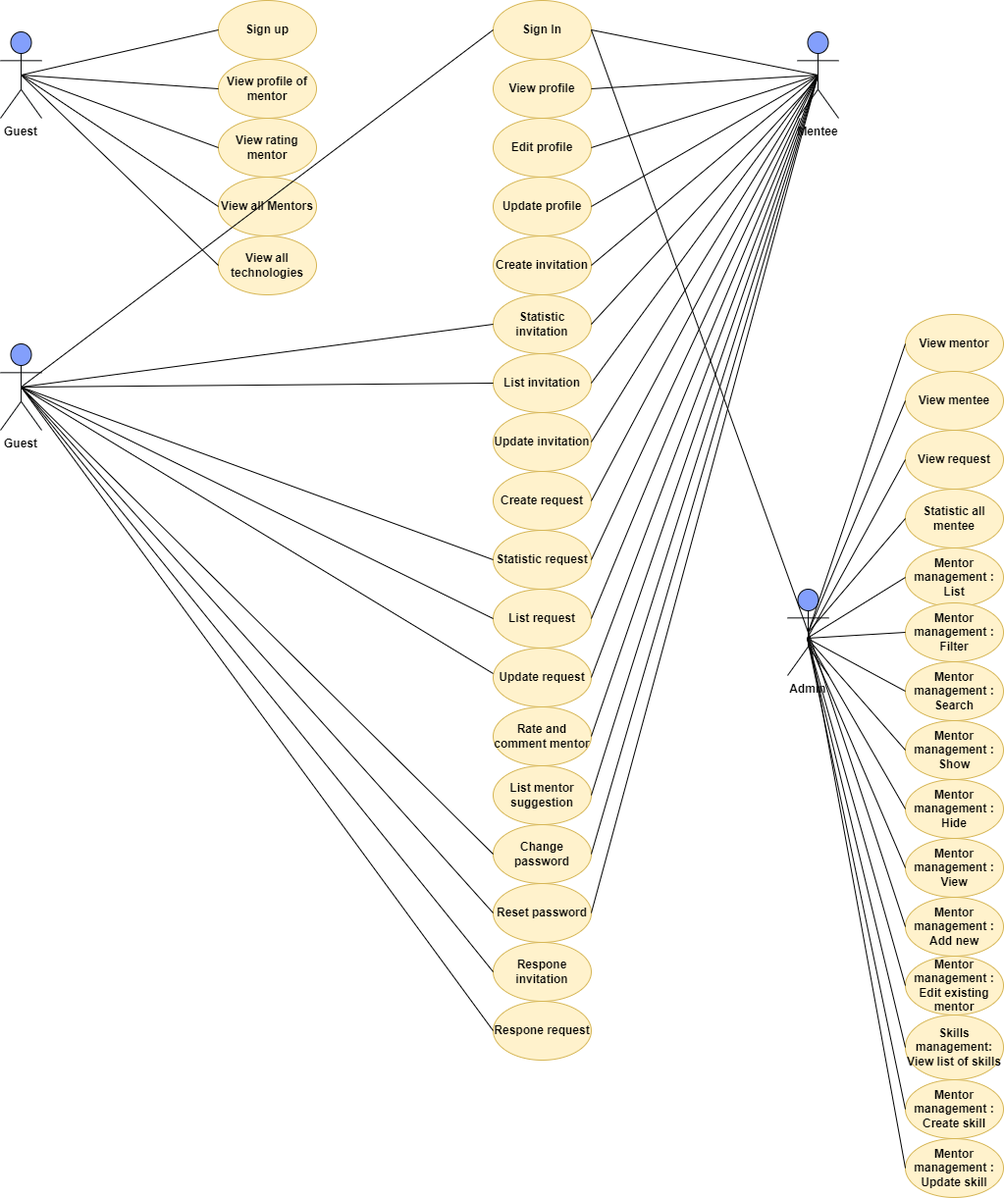
The draw.io diagram SWP391_UML.drawio.png in dungdt23/SWP391_Document, before a commit. Source tidied: cells renumbered, new cells last; positions are measured from the earlier drawing's top-left corner, leaving out a move shared by most shapes.
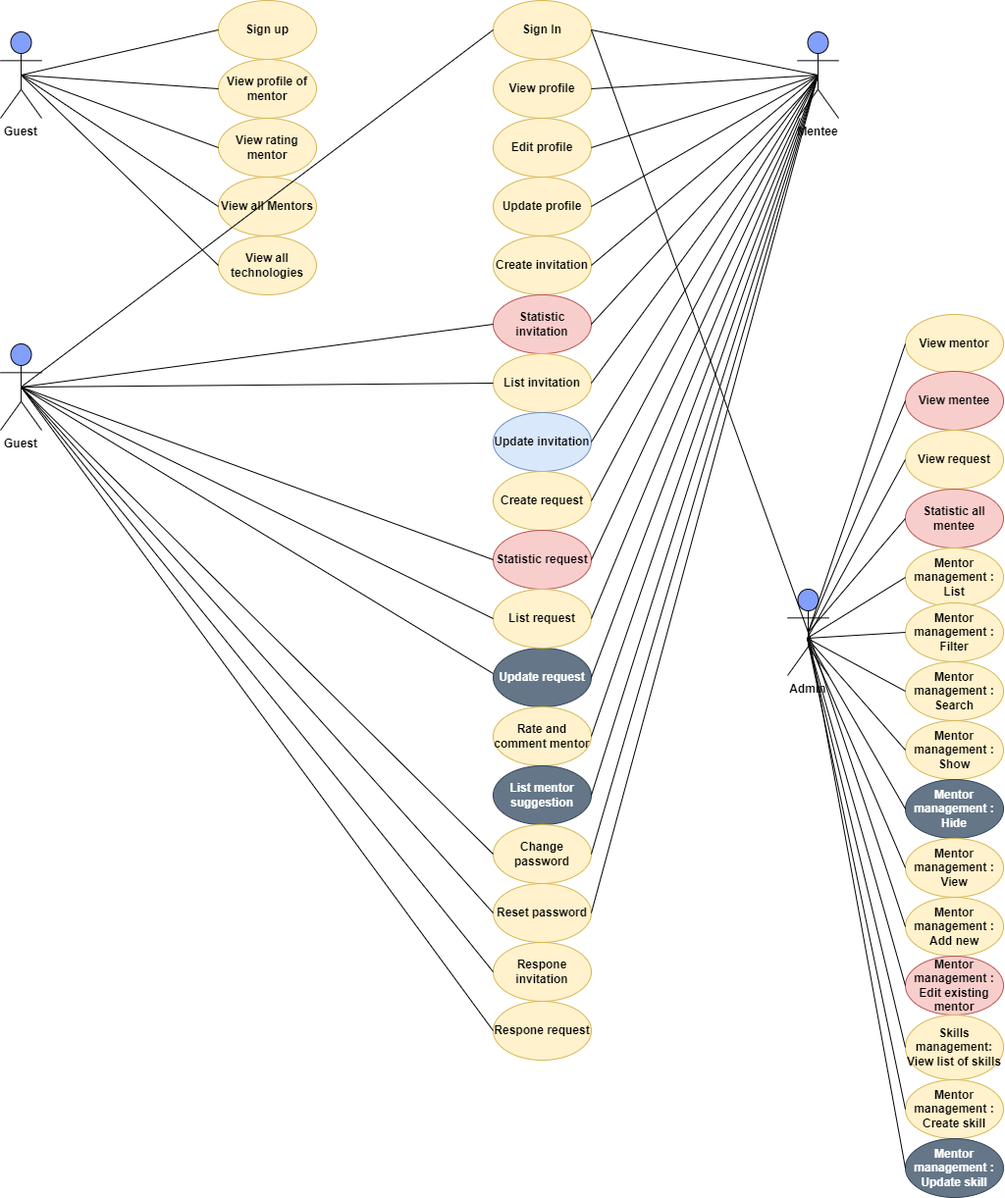
The same file after the commit.

Diff of the diagram source:
```diff
@@ -68,22 +68,22 @@
     <mxCell id="23" style="endArrow=none;html=1;rounded=0;exitX=1;exitY=0.5;exitDx=0;exitDy=0;entryX=0.5;entryY=0.5;entryDx=0;entryDy=0;entryPerimeter=0;" parent="1" edge="1" source="16" target="13">
       <mxGeometry relative="1" as="geometry" />
     </mxCell>
-    <mxCell id="24" value="Statistic invitation" style="ellipse;whiteSpace=wrap;html=1;fillColor=#fff2cc;strokeColor=#d6b656;fontStyle=1;" parent="1" vertex="1">
+    <mxCell id="24" value="Statistic invitation" style="ellipse;whiteSpace=wrap;html=1;fillColor=#f8cecc;strokeColor=#b85450;fontStyle=1;" parent="1" vertex="1">
       <mxGeometry x="502" y="300" width="100" height="60" as="geometry" />
     </mxCell>
     <mxCell id="25" value="List invitation" style="ellipse;whiteSpace=wrap;html=1;fillColor=#fff2cc;strokeColor=#d6b656;fontStyle=1;" parent="1" vertex="1">
       <mxGeometry x="502" y="360" width="100" height="60" as="geometry" />
     </mxCell>
-    <mxCell id="26" value="Update invitation" style="ellipse;whiteSpace=wrap;html=1;fillColor=#fff2cc;strokeColor=#d6b656;fontStyle=1;" parent="1" vertex="1">
+    <mxCell id="26" value="Update invitation" style="ellipse;whiteSpace=wrap;html=1;fillColor=#dae8fc;strokeColor=#6c8ebf;fontStyle=1;" parent="1" vertex="1">
       <mxGeometry x="502" y="420" width="100" height="60" as="geometry" />
     </mxCell>
     <mxCell id="27" value="Create request" style="ellipse;whiteSpace=wrap;html=1;fillColor=#fff2cc;strokeColor=#d6b656;fontStyle=1;" parent="1" vertex="1">
       <mxGeometry x="502" y="480" width="100" height="60" as="geometry" />
     </mxCell>
-    <mxCell id="28" value="Statistic request" style="ellipse;whiteSpace=wrap;html=1;fillColor=#fff2cc;strokeColor=#d6b656;fontStyle=1;" parent="1" vertex="1">
+    <mxCell id="28" value="Statistic request" style="ellipse;whiteSpace=wrap;html=1;fillColor=#f8cecc;strokeColor=#b85450;fontStyle=1;" parent="1" vertex="1">
       <mxGeometry x="502" y="540" width="100" height="60" as="geometry" />
     </mxCell>
-    <mxCell id="29" value="Update request&lt;span style=&quot;color: rgba(0, 0, 0, 0); font-family: monospace; font-size: 0px; font-weight: 400; text-align: start;&quot;&gt;%3CmxGraphModel%3E%3Croot%3E%3CmxCell%20id%3D%220%22%2F%3E%3CmxCell%20id%3D%221%22%20parent%3D%220%22%2F%3E%3CmxCell%20id%3D%222%22%20value%3D%22Update%20invitation%22%20style%3D%22ellipse%3BwhiteSpace%3Dwrap%3Bhtml%3D1%3BfillColor%3D%23fff2cc%3BstrokeColor%3D%23d6b656%3BfontStyle%3D1%22%20vertex%3D%221%22%20parent%3D%221%22%3E%3CmxGeometry%20x%3D%22460%22%20y%3D%22420%22%20width%3D%22100%22%20height%3D%2260%22%20as%3D%22geometry%22%2F%3E%3C%2FmxCell%3E%3C%2Froot%3E%3C%2FmxGraphModel%3E&lt;/span&gt;" style="ellipse;whiteSpace=wrap;html=1;fillColor=#fff2cc;strokeColor=#d6b656;fontStyle=1;" parent="1" vertex="1">
+    <mxCell id="29" value="Update request&lt;span style=&quot;color: rgba(0, 0, 0, 0); font-family: monospace; font-size: 0px; font-weight: 400; text-align: start;&quot;&gt;%3CmxGraphModel%3E%3Croot%3E%3CmxCell%20id%3D%220%22%2F%3E%3CmxCell%20id%3D%221%22%20parent%3D%220%22%2F%3E%3CmxCell%20id%3D%222%22%20value%3D%22Update%20invitation%22%20style%3D%22ellipse%3BwhiteSpace%3Dwrap%3Bhtml%3D1%3BfillColor%3D%23fff2cc%3BstrokeColor%3D%23d6b656%3BfontStyle%3D1%22%20vertex%3D%221%22%20parent%3D%221%22%3E%3CmxGeometry%20x%3D%22460%22%20y%3D%22420%22%20width%3D%22100%22%20height%3D%2260%22%20as%3D%22geometry%22%2F%3E%3C%2FmxCell%3E%3C%2Froot%3E%3C%2FmxGraphModel%3E&lt;/span&gt;" style="ellipse;whiteSpace=wrap;html=1;fillColor=#647687;strokeColor=#314354;fontStyle=1;fontColor=#ffffff;" parent="1" vertex="1">
       <mxGeometry x="502" y="660" width="100" height="60" as="geometry" />
     </mxCell>
     <mxCell id="30" value="List request" style="ellipse;whiteSpace=wrap;html=1;fillColor=#fff2cc;strokeColor=#d6b656;fontStyle=1;" parent="1" vertex="1">
@@ -92,7 +92,7 @@
     <mxCell id="31" value="Rate and comment mentor" style="ellipse;whiteSpace=wrap;html=1;fillColor=#fff2cc;strokeColor=#d6b656;fontStyle=1;" parent="1" vertex="1">
       <mxGeometry x="502" y="720" width="100" height="60" as="geometry" />
     </mxCell>
-    <mxCell id="32" value="List mentor suggestion" style="ellipse;whiteSpace=wrap;html=1;fillColor=#fff2cc;strokeColor=#d6b656;fontStyle=1;" parent="1" vertex="1">
+    <mxCell id="32" value="List mentor suggestion" style="ellipse;whiteSpace=wrap;html=1;fillColor=#647687;strokeColor=#314354;fontStyle=1;fontColor=#ffffff;" parent="1" vertex="1">
       <mxGeometry x="502" y="780" width="100" height="60" as="geometry" />
     </mxCell>
     <mxCell id="33" value="Change password" style="ellipse;whiteSpace=wrap;html=1;fillColor=#fff2cc;strokeColor=#d6b656;fontStyle=1;" parent="1" vertex="1">
@@ -186,13 +186,13 @@
     <mxCell id="61" value="View mentor" style="ellipse;whiteSpace=wrap;html=1;fillColor=#fff2cc;strokeColor=#d6b656;fontStyle=1;" parent="1" vertex="1">
       <mxGeometry x="922" y="320" width="100" height="60" as="geometry" />
     </mxCell>
-    <mxCell id="62" value="View mentee" style="ellipse;whiteSpace=wrap;html=1;fillColor=#fff2cc;strokeColor=#d6b656;fontStyle=1;" parent="1" vertex="1">
+    <mxCell id="62" value="View mentee" style="ellipse;whiteSpace=wrap;html=1;fillColor=#f8cecc;strokeColor=#b85450;fontStyle=1;" parent="1" vertex="1">
       <mxGeometry x="922" y="378" width="100" height="60" as="geometry" />
     </mxCell>
     <mxCell id="63" value="View request" style="ellipse;whiteSpace=wrap;html=1;fillColor=#fff2cc;strokeColor=#d6b656;fontStyle=1;" parent="1" vertex="1">
       <mxGeometry x="922" y="438" width="100" height="60" as="geometry" />
     </mxCell>
-    <mxCell id="64" value="Statistic all mentee" style="ellipse;whiteSpace=wrap;html=1;fillColor=#fff2cc;strokeColor=#d6b656;fontStyle=1;" parent="1" vertex="1">
+    <mxCell id="64" value="Statistic all mentee" style="ellipse;whiteSpace=wrap;html=1;fillColor=#f8cecc;strokeColor=#b85450;fontStyle=1;" parent="1" vertex="1">
       <mxGeometry x="922" y="498" width="100" height="60" as="geometry" />
     </mxCell>
     <mxCell id="65" value="Mentor management : List" style="ellipse;whiteSpace=wrap;html=1;fillColor=#fff2cc;strokeColor=#d6b656;fontStyle=1;" parent="1" vertex="1">
@@ -207,7 +207,7 @@
     <mxCell id="68" value="Mentor management : Show&lt;span style=&quot;color: rgba(0, 0, 0, 0); font-family: monospace; font-size: 0px; font-weight: 400; text-align: start;&quot;&gt;%3CmxGraphModel%3E%3Croot%3E%3CmxCell%20id%3D%220%22%2F%3E%3CmxCell%20id%3D%221%22%20parent%3D%220%22%2F%3E%3CmxCell%20id%3D%222%22%20value%3D%22Mentor%20management%20%3A%20Search%22%20style%3D%22ellipse%3BwhiteSpace%3Dwrap%3Bhtml%3D1%3BfillColor%3D%23fff2cc%3BstrokeColor%3D%23d6b656%3BfontStyle%3D1%22%20vertex%3D%221%22%20parent%3D%221%22%3E%3CmxGeometry%20x%3D%22880%22%20y%3D%22674%22%20width%3D%22100%22%20height%3D%2260%22%20as%3D%22geometry%22%2F%3E%3C%2FmxCell%3E%3C%2Froot%3E%3C%2FmxGraphModel%3E&lt;/span&gt;" style="ellipse;whiteSpace=wrap;html=1;fillColor=#fff2cc;strokeColor=#d6b656;fontStyle=1;" parent="1" vertex="1">
       <mxGeometry x="922" y="734" width="100" height="60" as="geometry" />
     </mxCell>
-    <mxCell id="69" value="Mentor management : Hide&lt;span style=&quot;color: rgba(0, 0, 0, 0); font-family: monospace; font-size: 0px; font-weight: 400; text-align: start;&quot;&gt;%3CmxGraphModel%3E%3Croot%3E%3CmxCell%20id%3D%220%22%2F%3E%3CmxCell%20id%3D%221%22%20parent%3D%220%22%2F%3E%3CmxCell%20id%3D%222%22%20value%3D%22Mentor%20management%20%3A%20Search%22%20style%3D%22ellipse%3BwhiteSpace%3Dwrap%3Bhtml%3D1%3BfillColor%3D%23fff2cc%3BstrokeColor%3D%23d6b656%3BfontStyle%3D1%22%20vertex%3D%221%22%20parent%3D%221%22%3E%3CmxGeometry%20x%3D%22880%22%20y%3D%22674%22%20width%3D%22100%22%20height%3D%2260%22%20as%3D%22geometry%22%2F%3E%3C%2FmxCell%3E%3C%2Froot%3E%3C%2FmxGraphModel%3E&lt;/span&gt;" style="ellipse;whiteSpace=wrap;html=1;fillColor=#fff2cc;strokeColor=#d6b656;fontStyle=1;" parent="1" vertex="1">
+    <mxCell id="69" value="Mentor management : Hide&lt;span style=&quot;color: rgba(0, 0, 0, 0); font-family: monospace; font-size: 0px; font-weight: 400; text-align: start;&quot;&gt;%3CmxGraphModel%3E%3Croot%3E%3CmxCell%20id%3D%220%22%2F%3E%3CmxCell%20id%3D%221%22%20parent%3D%220%22%2F%3E%3CmxCell%20id%3D%222%22%20value%3D%22Mentor%20management%20%3A%20Search%22%20style%3D%22ellipse%3BwhiteSpace%3Dwrap%3Bhtml%3D1%3BfillColor%3D%23fff2cc%3BstrokeColor%3D%23d6b656%3BfontStyle%3D1%22%20vertex%3D%221%22%20parent%3D%221%22%3E%3CmxGeometry%20x%3D%22880%22%20y%3D%22674%22%20width%3D%22100%22%20height%3D%2260%22%20as%3D%22geometry%22%2F%3E%3C%2FmxCell%3E%3C%2Froot%3E%3C%2FmxGraphModel%3E&lt;/span&gt;" style="ellipse;whiteSpace=wrap;html=1;fillColor=#647687;strokeColor=#314354;fontStyle=1;fontColor=#ffffff;" parent="1" vertex="1">
       <mxGeometry x="922" y="794" width="100" height="60" as="geometry" />
     </mxCell>
     <mxCell id="70" value="Mentor management : Add new&lt;span style=&quot;color: rgba(0, 0, 0, 0); font-family: monospace; font-size: 0px; font-weight: 400; text-align: start;&quot;&gt;%3CmxGraphModel%3E%3Croot%3E%3CmxCell%20id%3D%220%22%2F%3E%3CmxCell%20id%3D%221%22%20parent%3D%220%22%2F%3E%3CmxCell%20id%3D%222%22%20value%3D%22Mentor%20management%20%3A%20Search%22%20style%3D%22ellipse%3BwhiteSpace%3Dwrap%3Bhtml%3D1%3BfillColor%3D%23fff2cc%3BstrokeColor%3D%23d6b656%3BfontStyle%3D1%22%20vertex%3D%221%22%20parent%3D%221%22%3E%3CmxGeometry%20x%3D%22880%22%20y%3D%22674%22%20width%3D%22100%22%20height%3D%2260%22%20as%3D%22geometry%22%2F%3E%3C%2FmxCell%3E%3C%2Froot%3E%3C%2FmxGraphModel%3E&lt;/span&gt;" style="ellipse;whiteSpace=wrap;html=1;fillColor=#fff2cc;strokeColor=#d6b656;fontStyle=1;" parent="1" vertex="1">
@@ -216,7 +216,7 @@
     <mxCell id="71" value="Mentor management : View&lt;span style=&quot;color: rgba(0, 0, 0, 0); font-family: monospace; font-size: 0px; font-weight: 400; text-align: start;&quot;&gt;%3CmxGraphModel%3E%3Croot%3E%3CmxCell%20id%3D%220%22%2F%3E%3CmxCell%20id%3D%221%22%20parent%3D%220%22%2F%3E%3CmxCell%20id%3D%222%22%20value%3D%22Mentor%20management%20%3A%20Search%22%20style%3D%22ellipse%3BwhiteSpace%3Dwrap%3Bhtml%3D1%3BfillColor%3D%23fff2cc%3BstrokeColor%3D%23d6b656%3BfontStyle%3D1%22%20vertex%3D%221%22%20parent%3D%221%22%3E%3CmxGeometry%20x%3D%22880%22%20y%3D%22674%22%20width%3D%22100%22%20height%3D%2260%22%20as%3D%22geometry%22%2F%3E%3C%2FmxCell%3E%3C%2Froot%3E%3C%2FmxGraphModel%3E&lt;/span&gt;" style="ellipse;whiteSpace=wrap;html=1;fillColor=#fff2cc;strokeColor=#d6b656;fontStyle=1;" parent="1" vertex="1">
       <mxGeometry x="922" y="854" width="100" height="60" as="geometry" />
     </mxCell>
-    <mxCell id="72" value="Mentor management : Edit existing mentor&lt;span style=&quot;color: rgba(0, 0, 0, 0); font-family: monospace; font-size: 0px; font-weight: 400; text-align: start;&quot;&gt;%3CmxGraphModel%3E%3Croot%3E%3CmxCell%20id%3D%220%22%2F%3E%3CmxCell%20id%3D%221%22%20parent%3D%220%22%2F%3E%3CmxCell%20id%3D%222%22%20value%3D%22Mentor%20management%20%3A%20Search%22%20style%3D%22ellipse%3BwhiteSpace%3Dwrap%3Bhtml%3D1%3BfillColor%3D%23fff2cc%3BstrokeColor%3D%23d6b656%3BfontStyle%3D1%22%20vertex%3D%221%22%20parent%3D%221%22%3E%3CmxGeometry%20x%3D%22880%22%20y%3D%22674%22%20width%3D%22100%22%20height%3D%2260%22%20as%3D%22geometry%22%2F%3E%3C%2FmxCell%3E%3C%2Froot%3E%3C%2FmxGraphModel%3E&lt;/span&gt;" style="ellipse;whiteSpace=wrap;html=1;fillColor=#fff2cc;strokeColor=#d6b656;fontStyle=1;" parent="1" vertex="1">
+    <mxCell id="72" value="Mentor management : Edit existing mentor&lt;span style=&quot;color: rgba(0, 0, 0, 0); font-family: monospace; font-size: 0px; font-weight: 400; text-align: start;&quot;&gt;%3CmxGraphModel%3E%3Croot%3E%3CmxCell%20id%3D%220%22%2F%3E%3CmxCell%20id%3D%221%22%20parent%3D%220%22%2F%3E%3CmxCell%20id%3D%222%22%20value%3D%22Mentor%20management%20%3A%20Search%22%20style%3D%22ellipse%3BwhiteSpace%3Dwrap%3Bhtml%3D1%3BfillColor%3D%23fff2cc%3BstrokeColor%3D%23d6b656%3BfontStyle%3D1%22%20vertex%3D%221%22%20parent%3D%221%22%3E%3CmxGeometry%20x%3D%22880%22%20y%3D%22674%22%20width%3D%22100%22%20height%3D%2260%22%20as%3D%22geometry%22%2F%3E%3C%2FmxCell%3E%3C%2Froot%3E%3C%2FmxGraphModel%3E&lt;/span&gt;" style="ellipse;whiteSpace=wrap;html=1;fillColor=#f8cecc;strokeColor=#b85450;fontStyle=1;" parent="1" vertex="1">
       <mxGeometry x="922" y="974" width="100" height="60" as="geometry" />
     </mxCell>
     <mxCell id="73" value="Skills management: View list of skills" style="ellipse;whiteSpace=wrap;html=1;fillColor=#fff2cc;strokeColor=#d6b656;fontStyle=1;" parent="1" vertex="1">
@@ -225,7 +225,7 @@
     <mxCell id="74" value="Mentor management : Create skill&lt;span style=&quot;color: rgba(0, 0, 0, 0); font-family: monospace; font-size: 0px; font-weight: 400; text-align: start;&quot;&gt;%3CmxGraphModel%3E%3Croot%3E%3CmxCell%20id%3D%220%22%2F%3E%3CmxCell%20id%3D%221%22%20parent%3D%220%22%2F%3E%3CmxCell%20id%3D%222%22%20value%3D%22Mentor%20management%20%3A%20Search%22%20style%3D%22ellipse%3BwhiteSpace%3Dwrap%3Bhtml%3D1%3BfillColor%3D%23fff2cc%3BstrokeColor%3D%23d6b656%3BfontStyle%3D1%22%20vertex%3D%221%22%20parent%3D%221%22%3E%3CmxGeometry%20x%3D%22880%22%20y%3D%22674%22%20width%3D%22100%22%20height%3D%2260%22%20as%3D%22geometry%22%2F%3E%3C%2FmxCell%3E%3C%2Froot%3E%3C%2FmxGraphModel%3E&lt;/span&gt;" style="ellipse;whiteSpace=wrap;html=1;fillColor=#fff2cc;strokeColor=#d6b656;fontStyle=1;" parent="1" vertex="1">
       <mxGeometry x="922" y="1100" width="100" height="60" as="geometry" />
     </mxCell>
-    <mxCell id="75" value="Mentor management : Update skill&lt;span style=&quot;color: rgba(0, 0, 0, 0); font-family: monospace; font-size: 0px; font-weight: 400; text-align: start;&quot;&gt;%3CmxGraphModel%3E%3Croot%3E%3CmxCell%20id%3D%220%22%2F%3E%3CmxCell%20id%3D%221%22%20parent%3D%220%22%2F%3E%3CmxCell%20id%3D%222%22%20value%3D%22Mentor%20management%20%3A%20Search%22%20style%3D%22ellipse%3BwhiteSpace%3Dwrap%3Bhtml%3D1%3BfillColor%3D%23fff2cc%3BstrokeColor%3D%23d6b656%3BfontStyle%3D1%22%20vertex%3D%221%22%20parent%3D%221%22%3E%3CmxGeometry%20x%3D%22880%22%20y%3D%22674%22%20width%3D%22100%22%20height%3D%2260%22%20as%3D%22geometry%22%2F%3E%3C%2FmxCell%3E%3C%2Froot%3E%3C%2FmxGraphModel%3E&lt;/span&gt;" style="ellipse;whiteSpace=wrap;html=1;fillColor=#fff2cc;strokeColor=#d6b656;fontStyle=1;" parent="1" vertex="1">
+    <mxCell id="75" value="Mentor management : Update skill&lt;span style=&quot;color: rgba(0, 0, 0, 0); font-family: monospace; font-size: 0px; font-weight: 400; text-align: start;&quot;&gt;%3CmxGraphModel%3E%3Croot%3E%3CmxCell%20id%3D%220%22%2F%3E%3CmxCell%20id%3D%221%22%20parent%3D%220%22%2F%3E%3CmxCell%20id%3D%222%22%20value%3D%22Mentor%20management%20%3A%20Search%22%20style%3D%22ellipse%3BwhiteSpace%3Dwrap%3Bhtml%3D1%3BfillColor%3D%23fff2cc%3BstrokeColor%3D%23d6b656%3BfontStyle%3D1%22%20vertex%3D%221%22%20parent%3D%221%22%3E%3CmxGeometry%20x%3D%22880%22%20y%3D%22674%22%20width%3D%22100%22%20height%3D%2260%22%20as%3D%22geometry%22%2F%3E%3C%2FmxCell%3E%3C%2Froot%3E%3C%2FmxGraphModel%3E&lt;/span&gt;" style="ellipse;whiteSpace=wrap;html=1;fillColor=#647687;strokeColor=#314354;fontStyle=1;fontColor=#ffffff;" parent="1" vertex="1">
       <mxGeometry x="922" y="1160" width="100" height="60" as="geometry" />
     </mxCell>
     <mxCell id="76" style="endArrow=none;html=1;rounded=0;exitX=0.5;exitY=0.5;exitDx=0;exitDy=0;exitPerimeter=0;entryX=0;entryY=0.5;entryDx=0;entryDy=0;" parent="1" edge="1" source="59" target="61">
```
